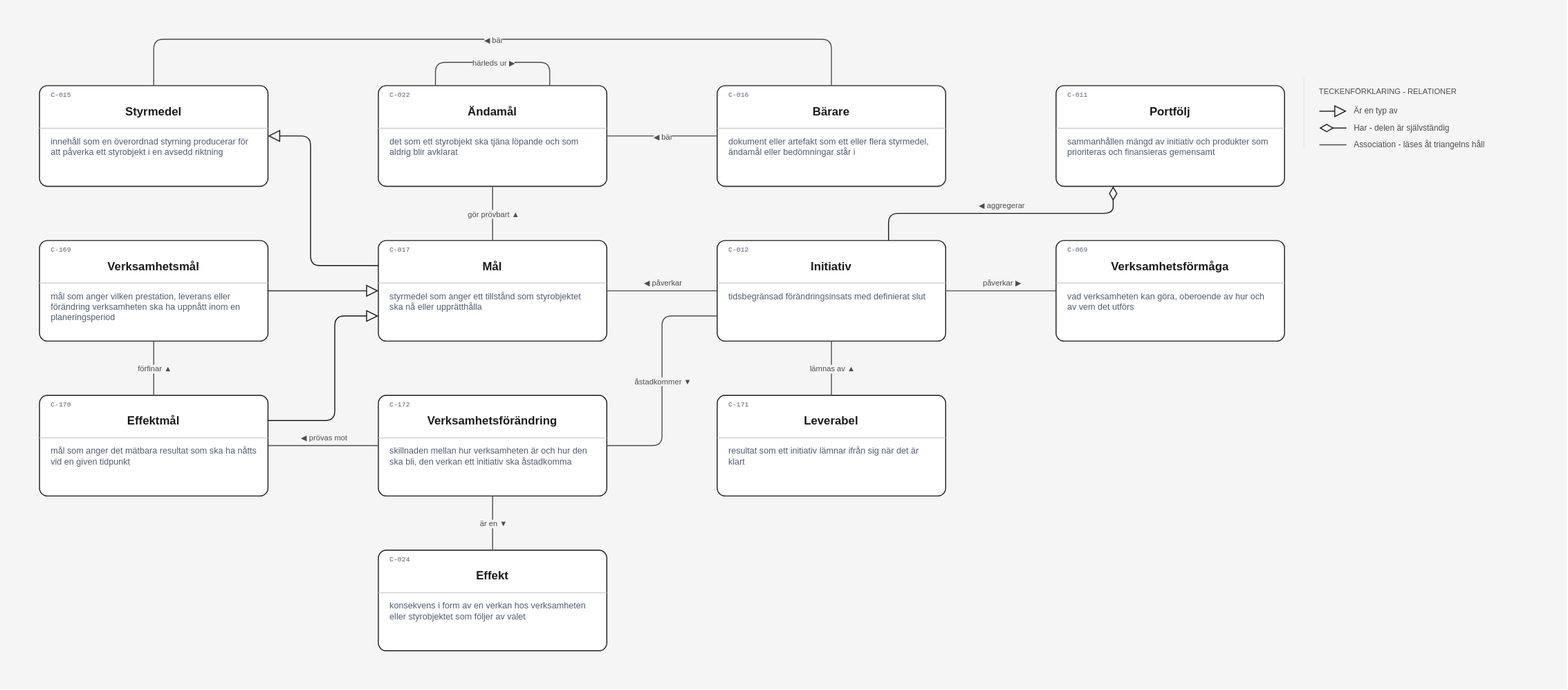
Before: layout/Styrning/Målstyrning begreppsmodell.drawio.svg, a diagram exported from draw.io (nickdin/gestaltadet-katalog). Source tidied: cells renumbered, new cells last; positions are measured from the earlier drawing's top-left corner, leaving out a move shared by most shapes.
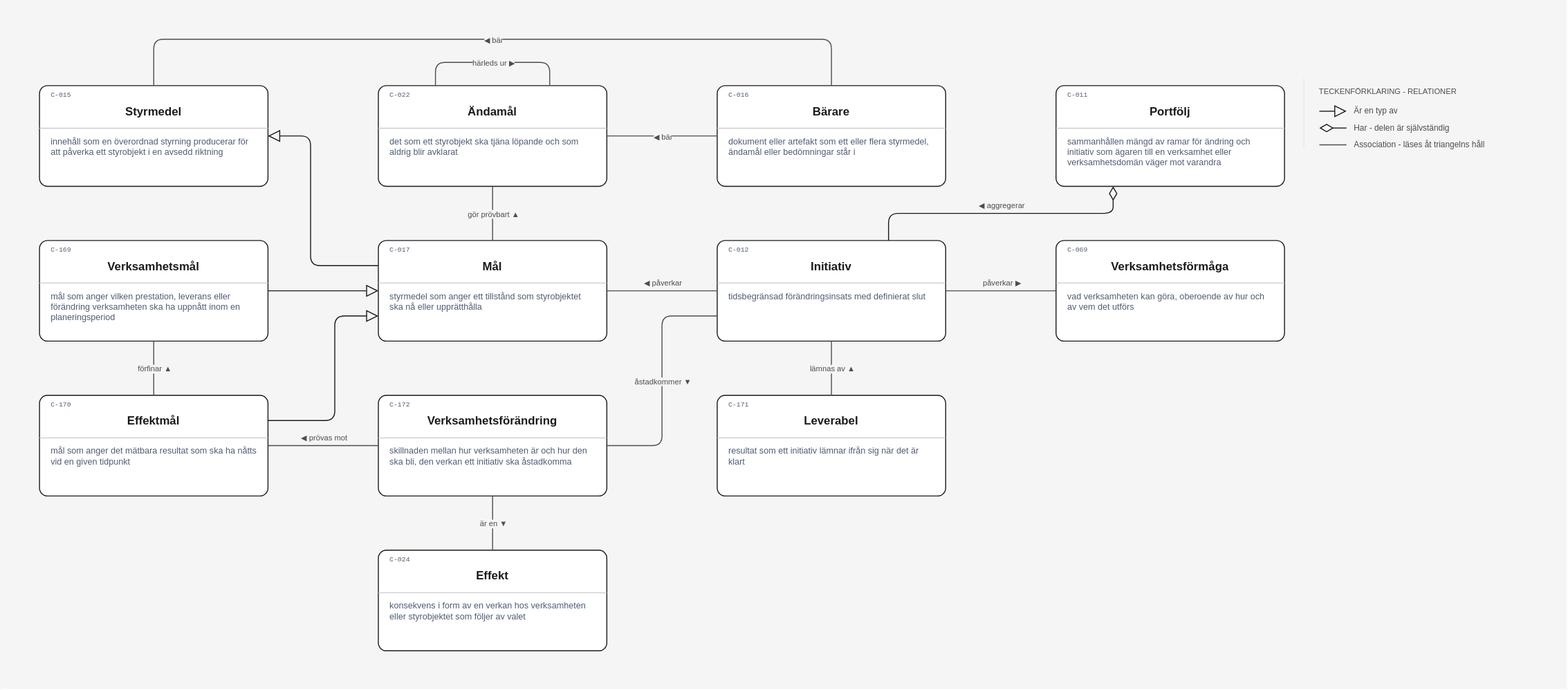
After the change.

Commit message:
Ritningen Målstyrning begreppsmodell: 1 definitionstext ändrad, Portfölj (C-011), inga pilar ändrade, Ticket #183

Claude-Session: https://claude.ai/code/session_014hgawK7ATpaCj7Z6dFRSFg

Change to the diagram source:
```diff
@@ -86,8 +86,8 @@
     <mxCell id="25" value="C-011" style="text;html=1;strokeColor=none;fillColor=none;align=left;verticalAlign=middle;whiteSpace=wrap;overflow=hidden;fontFamily=Courier New;fontSize=7;fontColor=#4f5d75;spacing=0;" parent="21" vertex="1">
       <mxGeometry x="12" y="5" width="60" height="10" as="geometry" />
     </mxCell>
-    <mxCell id="26" value="sammanhållen mängd av initiativ och produkter som prioriteras och finansieras gemensamt" style="text;html=1;strokeColor=none;fillColor=none;align=left;verticalAlign=top;whiteSpace=wrap;overflow=hidden;fontFamily=Helvetica;fontSize=9;fontColor=#4f5d75;spacing=0;spacingTop=0;" parent="21" vertex="1">
-      <mxGeometry x="12" y="48" width="212" height="26" as="geometry" />
+    <mxCell id="26" value="sammanhållen mängd av ramar för ändring och initiativ som ägaren till en verksamhet eller verksamhetsdomän väger mot varandra" style="text;html=1;strokeColor=none;fillColor=none;align=left;verticalAlign=top;whiteSpace=wrap;overflow=hidden;fontFamily=Helvetica;fontSize=9;fontColor=#4f5d75;spacing=0;spacingTop=0;" parent="21" vertex="1">
+      <mxGeometry x="12" y="48" width="212" height="37" as="geometry" />
     </mxCell>
     <mxCell id="27" style="group;" parent="1" vertex="1">
       <mxGeometry x="40" y="248" width="236" height="104" as="geometry" />
```
